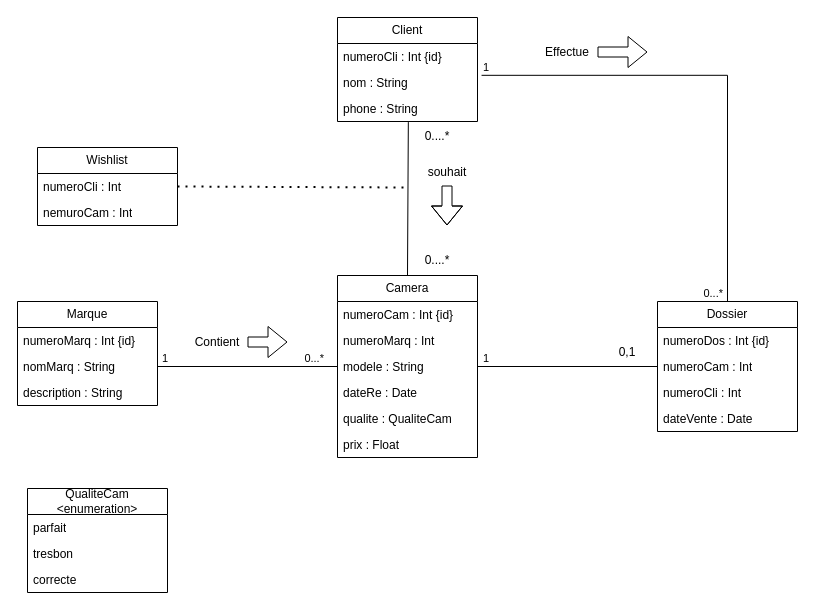
Earlier version of the draw.io diagram uml.drawio (Moyu117/INF403-PROJET). Source tidied: cells renumbered, new cells numbered last; positions are measured from the earlier drawing's top-left corner, leaving out a move shared by most shapes. Both pictures are drawn from the tidied source at 100%, with x=0, y=0 at pixel (17, 17).
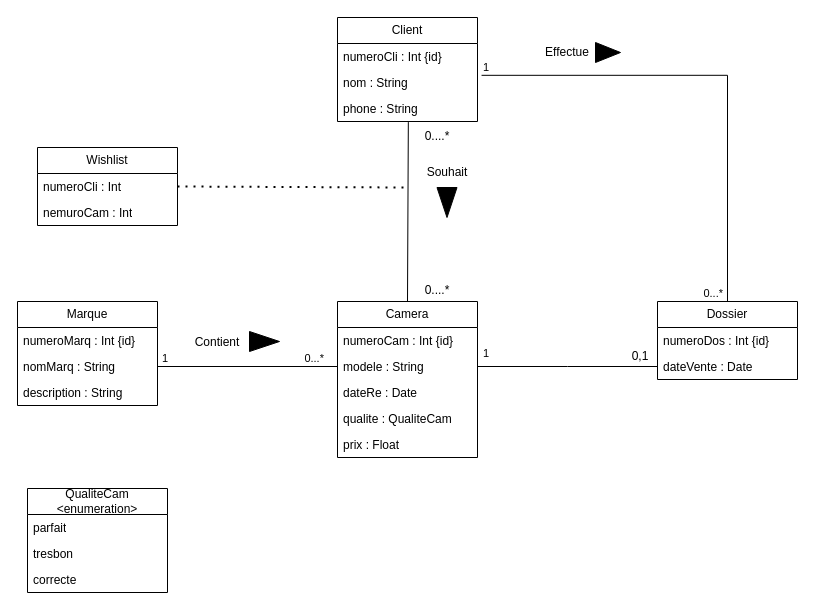
After the change.

Diff of the diagram source:
```diff
@@
     <mxCell id="2" value="Camera" style="swimlane;fontStyle=0;horizontal=1;startSize=26;fillColor=none;whiteSpace=wrap;html=1;" parent="1" vertex="1">
-      <mxGeometry x="320" y="258" width="140" height="182" as="geometry" />
+      <mxGeometry x="320" y="284" width="140" height="156" as="geometry" />
     </mxCell>
@@
-    <mxCell id="4" value="numeroMarq : Int&amp;nbsp;" style="text;strokeColor=none;fillColor=none;align=left;verticalAlign=top;spacingLeft=4;spacingRight=4;overflow=hidden;whiteSpace=wrap;html=1;" parent="2" vertex="1">
-      <mxGeometry y="52" width="140" height="26" as="geometry" />
-    </mxCell>
     <mxCell id="5" value="modele : String&lt;div&gt;&lt;br&gt;&lt;/div&gt;" style="text;strokeColor=none;fillColor=none;align=left;verticalAlign=top;spacingLeft=4;spacingRight=4;overflow=hidden;points=[[0,0.5],[1,0.5]];portConstraint=eastwest;whiteSpace=wrap;html=1;" parent="2" vertex="1">
-      <mxGeometry y="78" width="140" height="26" as="geometry" />
+      <mxGeometry y="52" width="140" height="26" as="geometry" />
     </mxCell>
     <mxCell id="6" value="dateRe : Date" style="text;strokeColor=none;fillColor=none;align=left;verticalAlign=top;spacingLeft=4;spacingRight=4;overflow=hidden;whiteSpace=wrap;html=1;" parent="2" vertex="1">
-      <mxGeometry y="104" width="140" height="26" as="geometry" />
+      <mxGeometry y="78" width="140" height="26" as="geometry" />
     </mxCell>
     <mxCell id="7" value="qualite : QualiteCam" style="text;strokeColor=none;fillColor=none;align=left;verticalAlign=top;spacingLeft=4;spacingRight=4;overflow=hidden;whiteSpace=wrap;html=1;" parent="2" vertex="1">
-      <mxGeometry y="130" width="140" height="26" as="geometry" />
+      <mxGeometry y="104" width="140" height="26" as="geometry" />
     </mxCell>
     <mxCell id="8" value="prix : Float" style="text;strokeColor=none;fillColor=none;align=left;verticalAlign=top;spacingLeft=4;spacingRight=4;overflow=hidden;whiteSpace=wrap;html=1;" parent="2" vertex="1">
-      <mxGeometry y="156" width="140" height="26" as="geometry" />
+      <mxGeometry y="130" width="140" height="26" as="geometry" />
     </mxCell>
@@
     <mxCell id="17" value="Dossier" style="swimlane;fontStyle=0;horizontal=1;startSize=26;fillColor=none;whiteSpace=wrap;html=1;" parent="1" vertex="1">
-      <mxGeometry x="640" y="284" width="140" height="130" as="geometry" />
+      <mxGeometry x="640" y="284" width="140" height="78" as="geometry" />
     </mxCell>
@@
-    <mxCell id="19" value="numeroCam : Int" style="text;strokeColor=none;fillColor=none;align=left;verticalAlign=top;spacingLeft=4;spacingRight=4;overflow=hidden;points=[[0,0.5],[1,0.5]];portConstraint=eastwest;whiteSpace=wrap;html=1;" parent="17" vertex="1">
-      <mxGeometry y="52" width="140" height="26" as="geometry" />
-    </mxCell>
-    <mxCell id="20" value="numeroCli : Int" style="text;strokeColor=none;fillColor=none;align=left;verticalAlign=top;spacingLeft=4;spacingRight=4;overflow=hidden;whiteSpace=wrap;html=1;" parent="17" vertex="1">
-      <mxGeometry y="78" width="140" height="26" as="geometry" />
-    </mxCell>
     <mxCell id="21" value="dateVente : Date" style="text;strokeColor=none;fillColor=none;align=left;verticalAlign=top;spacingLeft=4;spacingRight=4;overflow=hidden;whiteSpace=wrap;html=1;" parent="17" vertex="1">
-      <mxGeometry y="104" width="140" height="26" as="geometry" />
+      <mxGeometry y="52" width="140" height="26" as="geometry" />
     </mxCell>
@@
-    <mxCell id="29" style="endArrow=none;html=1;edgeStyle=orthogonalEdgeStyle;rounded=0;exitX=1;exitY=0.5;exitDx=0;exitDy=0;entryX=0;entryY=0.5;entryDx=0;entryDy=0;" parent="1" edge="1" source="5" target="19">
-      <mxGeometry relative="1" as="geometry" />
+    <mxCell id="29" style="endArrow=none;html=1;edgeStyle=orthogonalEdgeStyle;rounded=0;exitX=1;exitY=0.5;exitDx=0;exitDy=0;entryX=0;entryY=0.5;entryDx=0;entryDy=0;" parent="1" edge="1" source="5">
+      <mxGeometry relative="1" as="geometry">
+        <mxPoint x="640" y="349" as="targetPoint" />
+      </mxGeometry>
     </mxCell>
     <mxCell id="30" value="1" style="edgeLabel;html=1;align=left;verticalAlign=bottom;" parent="29" vertex="1">
       <mxGeometry x="-1" relative="1" as="geometry">
-        <mxPoint x="4" as="offset" />
+        <mxPoint x="4" y="-5" as="offset" />
       </mxGeometry>
     </mxCell>
@@
     <mxCell id="37" value="0,1" style="text;html=1;align=center;verticalAlign=middle;whiteSpace=wrap;rounded=0;" parent="1" vertex="1">
-      <mxGeometry x="580" y="320" width="60" height="30" as="geometry" />
+      <mxGeometry x="593" y="324" width="60" height="30" as="geometry" />
     </mxCell>
@@
     <mxCell id="41" value="0....*" style="text;html=1;align=center;verticalAlign=middle;whiteSpace=wrap;rounded=0;" parent="1" vertex="1">
-      <mxGeometry x="390" y="228" width="60" height="30" as="geometry" />
+      <mxGeometry x="390" y="258" width="60" height="30" as="geometry" />
     </mxCell>
@@
-    <mxCell id="43" style="shape=flexArrow;endArrow=classic;html=1;rounded=0;" parent="1" edge="1">
-      <mxGeometry relative="1" as="geometry">
-        <mxPoint x="230" y="324.5" as="sourcePoint" />
-        <mxPoint x="270" y="324.5" as="targetPoint" />
-      </mxGeometry>
-    </mxCell>
@@
-    <mxCell id="45" style="shape=flexArrow;endArrow=classic;html=1;rounded=0;" parent="1" edge="1">
-      <mxGeometry relative="1" as="geometry">
-        <mxPoint x="580" y="34.5" as="sourcePoint" />
-        <mxPoint x="630" y="34.5" as="targetPoint" />
-      </mxGeometry>
-    </mxCell>
-    <mxCell id="46" value="souhait" style="text;html=1;align=center;verticalAlign=middle;whiteSpace=wrap;rounded=0;" parent="1" vertex="1">
+    <mxCell id="46" value="Souhait" style="text;html=1;align=center;verticalAlign=middle;whiteSpace=wrap;rounded=0;" parent="1" vertex="1">
       <mxGeometry x="400" y="140" width="60" height="30" as="geometry" />
     </mxCell>
-    <mxCell id="47" style="shape=flexArrow;endArrow=classic;html=1;rounded=0;" parent="1" edge="1">
-      <mxGeometry relative="1" as="geometry">
-        <mxPoint x="429.5" y="168" as="sourcePoint" />
-        <mxPoint x="429.5" y="208" as="targetPoint" />
-        <Array as="points">
-          <mxPoint x="429.5" y="188" />
-        </Array>
-      </mxGeometry>
-    </mxCell>
+    <mxCell id="48" style="shape=mxgraph.arrows2.wedgeArrow;html=1;startWidth=10;fillColor=strokeColor;defaultFillColor=invert;defaultGradientColor=invert;rounded=0;" parent="1" edge="1">
+      <mxGeometry relative="1" as="geometry">
+        <mxPoint x="429.5" y="170" as="sourcePoint" />
+        <mxPoint x="429.5" y="200" as="targetPoint" />
+      </mxGeometry>
+    </mxCell>
+    <mxCell id="49" style="shape=mxgraph.arrows2.wedgeArrow;html=1;startWidth=10;fillColor=strokeColor;defaultFillColor=invert;defaultGradientColor=invert;rounded=0;exitX=0.75;exitY=1;exitDx=0;exitDy=0;" parent="1" edge="1">
+      <mxGeometry relative="1" as="geometry">
+        <mxPoint x="578" y="35" as="sourcePoint" />
+        <mxPoint x="603" y="35" as="targetPoint" />
+      </mxGeometry>
+    </mxCell>
+    <mxCell id="50" style="shape=mxgraph.arrows2.wedgeArrow;html=1;startWidth=10;fillColor=strokeColor;defaultFillColor=invert;defaultGradientColor=invert;rounded=0;" parent="1" edge="1">
+      <mxGeometry relative="1" as="geometry">
+        <mxPoint x="232" y="324" as="sourcePoint" />
+        <mxPoint x="262" y="324" as="targetPoint" />
+      </mxGeometry>
+    </mxCell>
```
